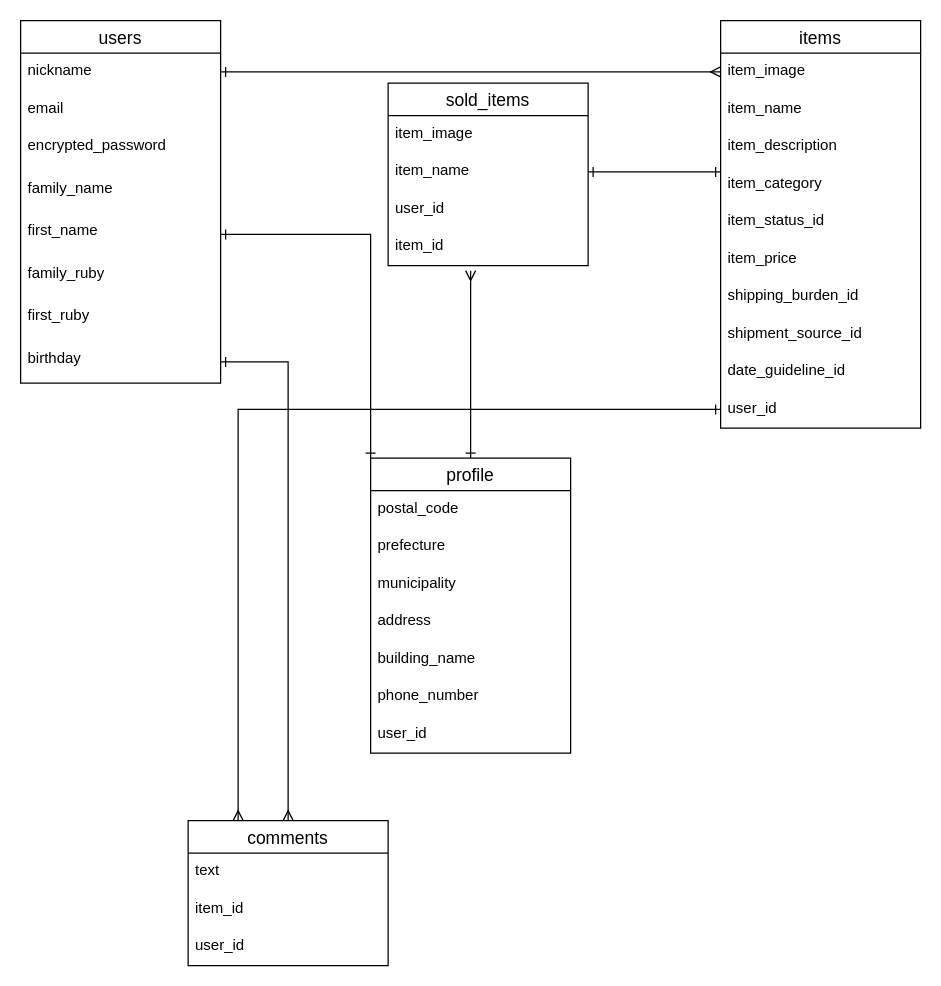
Before: test.dio in 0405daichi/furima-35407, a draw.io diagram. Source tidied: cells renumbered, new cells numbered last; positions are measured from the earlier drawing's top-left corner, leaving out a move shared by most shapes. Both pictures are drawn from the tidied source at 125%, with x=0, y=0 at pixel (20, 20).
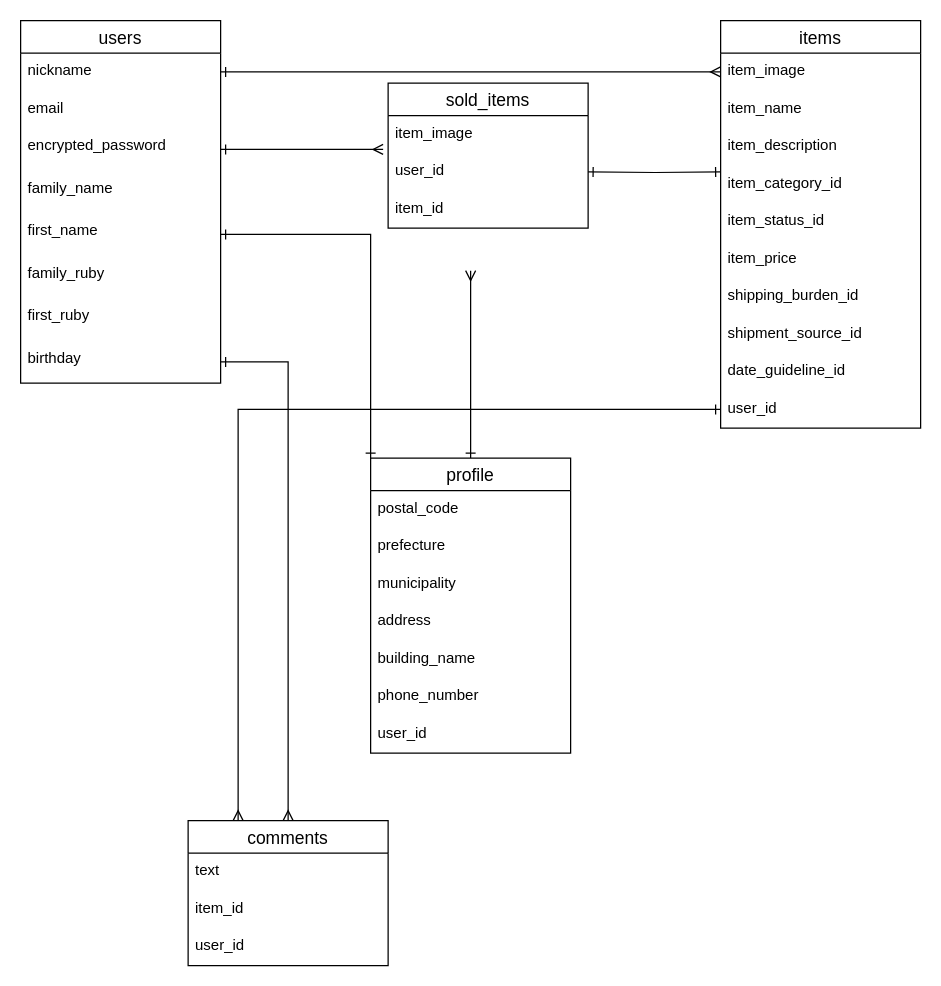
The same page after the edit.

Commit message (it also covers changes not shown here):
データベース設計 修正2

Unchanged cells that the change refers to:
```xml
<mxCell id="5" value="encrypted_password" style="text;strokeColor=none;fillColor=none;spacingLeft=4;spacingRight=4;overflow=hidden;points=[[0,0.5],[1,0.5]];portConstraint=eastwest;fontSize=12;" parent="2" vertex="1">
  <mxGeometry y="86" width="160" height="34" as="geometry" />
</mxCell>
<mxCell id="12" value="items" style="swimlane;fontStyle=0;horizontal=1;startSize=26;align=center;fontSize=14;" parent="1" vertex="1">
  <mxGeometry x="560" width="160" height="326" as="geometry" />
</mxCell>
```

What changed in the source:
```diff
@@
-    <mxCell id="16" value="item_category" style="text;strokeColor=none;fillColor=none;spacingLeft=4;spacingRight=4;overflow=hidden;points=[[0,0.5],[1,0.5]];portConstraint=eastwest;fontSize=12;" parent="12" vertex="1">
+    <mxCell id="16" value="item_category_id" style="text;strokeColor=none;fillColor=none;spacingLeft=4;spacingRight=4;overflow=hidden;points=[[0,0.5],[1,0.5]];portConstraint=eastwest;fontSize=12;" parent="12" vertex="1">
       <mxGeometry y="116" width="160" height="30" as="geometry" />
     </mxCell>
@@
     <mxCell id="36" value="sold_items" style="swimlane;fontStyle=0;horizontal=1;startSize=26;align=center;fontSize=14;" parent="1" vertex="1">
-      <mxGeometry x="294" y="50" width="160" height="146" as="geometry" />
+      <mxGeometry x="294" y="50" width="160" height="116" as="geometry" />
     </mxCell>
@@
-    <mxCell id="38" value="item_name" style="text;strokeColor=none;fillColor=none;spacingLeft=4;spacingRight=4;overflow=hidden;points=[[0,0.5],[1,0.5]];portConstraint=eastwest;fontSize=12;" parent="36" vertex="1">
-      <mxGeometry y="56" width="160" height="30" as="geometry" />
-    </mxCell>
     <mxCell id="39" value="user_id" style="text;strokeColor=none;fillColor=none;spacingLeft=4;spacingRight=4;overflow=hidden;fontSize=12;" parent="36" vertex="1">
-      <mxGeometry y="86" width="160" height="30" as="geometry" />
+      <mxGeometry y="56" width="160" height="30" as="geometry" />
     </mxCell>
     <mxCell id="40" value="item_id" style="text;strokeColor=none;fillColor=none;spacingLeft=4;spacingRight=4;overflow=hidden;fontSize=12;" parent="36" vertex="1">
-      <mxGeometry y="116" width="160" height="30" as="geometry" />
+      <mxGeometry y="86" width="160" height="30" as="geometry" />
     </mxCell>
@@
-    <mxCell id="45" style="edgeStyle=orthogonalEdgeStyle;rounded=0;jettySize=auto;html=1;exitX=1;exitY=0.5;exitDx=0;exitDy=0;entryX=0;entryY=0.167;entryDx=0;entryDy=0;entryPerimeter=0;startArrow=ERone;startFill=0;endArrow=ERone;endFill=0;" parent="1" edge="1" source="38" target="16">
-      <mxGeometry relative="1" as="geometry" />
+    <mxCell id="45" style="edgeStyle=orthogonalEdgeStyle;rounded=0;jettySize=auto;html=1;exitX=1;exitY=0.5;exitDx=0;exitDy=0;entryX=0;entryY=0.167;entryDx=0;entryDy=0;entryPerimeter=0;startArrow=ERone;startFill=0;endArrow=ERone;endFill=0;" parent="1" edge="1" target="16">
+      <mxGeometry relative="1" as="geometry">
+        <mxPoint x="454" y="121" as="sourcePoint" />
+      </mxGeometry>
     </mxCell>
+    <mxCell id="46" style="edgeStyle=orthogonalEdgeStyle;rounded=0;jettySize=auto;html=1;exitX=1;exitY=0.5;exitDx=0;exitDy=0;startArrow=ERone;startFill=0;endArrow=ERmany;endFill=0;" parent="1" edge="1" source="5">
+      <mxGeometry relative="1" as="geometry">
+        <mxPoint x="290" y="103" as="targetPoint" />
+      </mxGeometry>
+    </mxCell>
```
